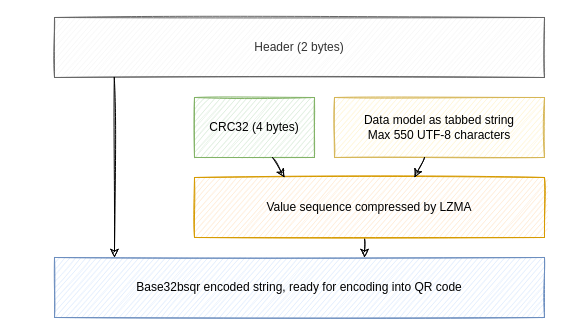
xseman/bysquare keeps this draw.io diagram as uml/logic.drawio. Above is the earlier version. Source tidied: cells renumbered, new cells numbered last; positions are measured from the earlier drawing's top-left corner, leaving out a move shared by most shapes. Both pictures are drawn from the tidied source at 100%, with x=0, y=0 at pixel (54, 17).
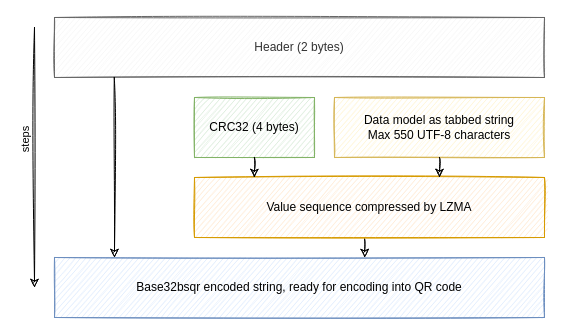
The same page after the edit.

The edit, as a diff of the source:
```diff
@@
 <mxGraphModel>
   <root>
     <mxCell id="0" />
     <mxCell id="1" parent="0" />
     <mxCell id="2" value="Header (2 bytes)" style="rounded=0;whiteSpace=wrap;html=1;sketch=1;fillColor=#f5f5f5;strokeColor=#666666;fontColor=#333333;" parent="1" vertex="1">
       <mxGeometry width="490" height="60" as="geometry" />
     </mxCell>
     <mxCell id="3" style="edgeStyle=none;html=1;exitX=0.122;exitY=0.998;exitDx=0;exitDy=0;sketch=1;exitPerimeter=0;" parent="1" edge="1" source="2">
       <mxGeometry relative="1" as="geometry">
         <mxPoint x="60" y="240" as="targetPoint" />
       </mxGeometry>
     </mxCell>
     <mxCell id="4" value="CRC32 (4 bytes)" style="rounded=0;whiteSpace=wrap;html=1;sketch=1;fillColor=#d5e8d4;strokeColor=#82b366;" parent="1" vertex="1">
       <mxGeometry x="140" y="80" width="120" height="60" as="geometry" />
     </mxCell>
     <mxCell id="5" value="Data model as tabbed string&lt;br&gt;Max 550 UTF-8 characters" style="rounded=0;whiteSpace=wrap;html=1;sketch=1;fillColor=#fff2cc;strokeColor=#d6b656;" parent="1" vertex="1">
       <mxGeometry x="280" y="80" width="210" height="60" as="geometry" />
     </mxCell>
-    <mxCell id="6" style="edgeStyle=none;html=1;exitX=0.486;exitY=1.02;exitDx=0;exitDy=0;sketch=1;exitPerimeter=0;" parent="1" edge="1" source="7">
-      <mxGeometry relative="1" as="geometry">
-        <mxPoint x="310" y="240" as="targetPoint" />
-      </mxGeometry>
+    <mxCell id="6" style="edgeStyle=none;html=1;exitX=0.486;exitY=1.02;exitDx=0;exitDy=0;sketch=1;exitPerimeter=0;entryX=0.633;entryY=0;entryDx=0;entryDy=0;entryPerimeter=0;" parent="1" edge="1" source="7" target="8">
+      <mxGeometry relative="1" as="geometry" />
     </mxCell>
     <mxCell id="7" value="Value sequence compressed by LZMA" style="rounded=0;whiteSpace=wrap;html=1;sketch=1;fillColor=#ffe6cc;strokeColor=#d79b00;" parent="1" vertex="1">
       <mxGeometry x="140" y="160" width="350" height="60" as="geometry" />
     </mxCell>
     <mxCell id="8" value="Base32bsqr encoded string, ready for encoding into QR code" style="rounded=0;whiteSpace=wrap;html=1;sketch=1;fillColor=#dae8fc;strokeColor=#6c8ebf;" parent="1" vertex="1">
       <mxGeometry y="240" width="490" height="60" as="geometry" />
     </mxCell>
-    <mxCell id="9" style="edgeStyle=none;html=1;sketch=1;entryX=0.257;entryY=0;entryDx=0;entryDy=0;entryPerimeter=0;" parent="1" edge="1" source="4" target="7">
+    <mxCell id="9" style="edgeStyle=none;html=1;sketch=1;entryX=0.171;entryY=0;entryDx=0;entryDy=0;entryPerimeter=0;" parent="1" edge="1" source="4" target="7">
       <mxGeometry relative="1" as="geometry" />
     </mxCell>
-    <mxCell id="10" style="edgeStyle=none;html=1;sketch=1;" parent="1" edge="1" source="5">
-      <mxGeometry relative="1" as="geometry">
-        <mxPoint x="360" y="160" as="targetPoint" />
-      </mxGeometry>
+    <mxCell id="10" style="edgeStyle=none;html=1;sketch=1;entryX=0.7;entryY=0;entryDx=0;entryDy=0;entryPerimeter=0;" parent="1" edge="1" source="5" target="7">
+      <mxGeometry relative="1" as="geometry" />
     </mxCell>
+    <mxCell id="11" style="endArrow=classic;html=1;labelBorderColor=none;sketch=1;" parent="1" edge="1">
+      <mxGeometry relative="1" as="geometry">
+        <mxPoint x="-20" y="10" as="sourcePoint" />
+        <mxPoint x="-20" y="270" as="targetPoint" />
+      </mxGeometry>
+    </mxCell>
+    <mxCell id="12" value="steps" style="edgeLabel;align=center;verticalAlign=bottom;html=1;horizontal=0;" parent="11" vertex="1">
+      <mxGeometry x="-0.13" y="-2" relative="1" as="geometry" />
+    </mxCell>
   </root>
 </mxGraphModel>
```
